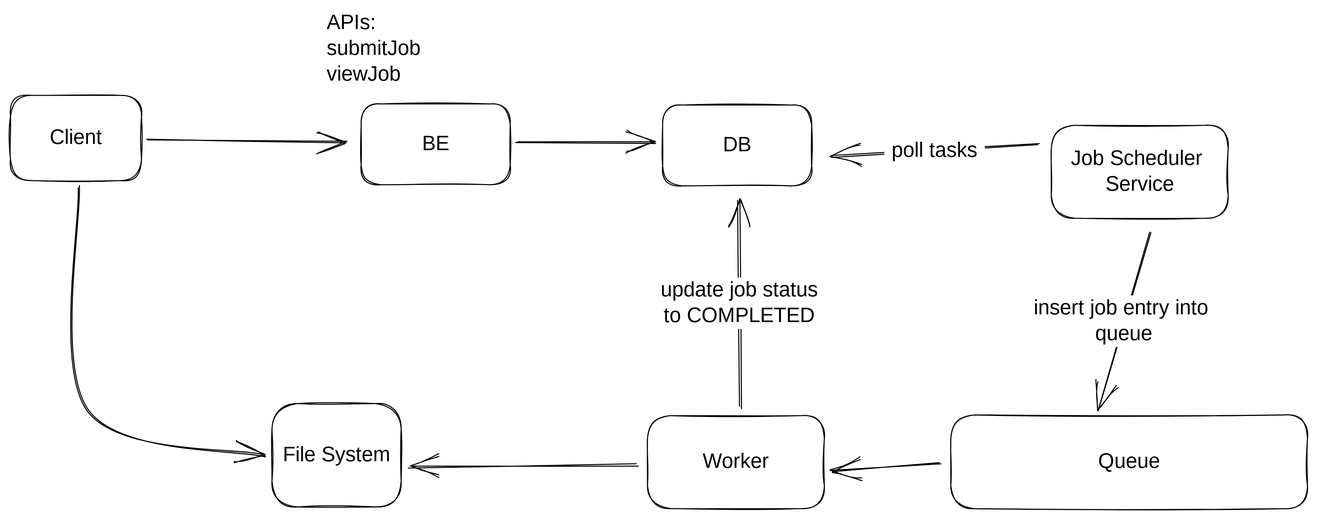
This is .gitbook/assets/file.excalidraw (8).svg from dongzeli95/swe-interview, a Excalidraw export, as it was before one commit. Source tidied: one line per element, renumbered; positions are measured from the earlier drawing's top-left corner, leaving out a move shared by most shapes.
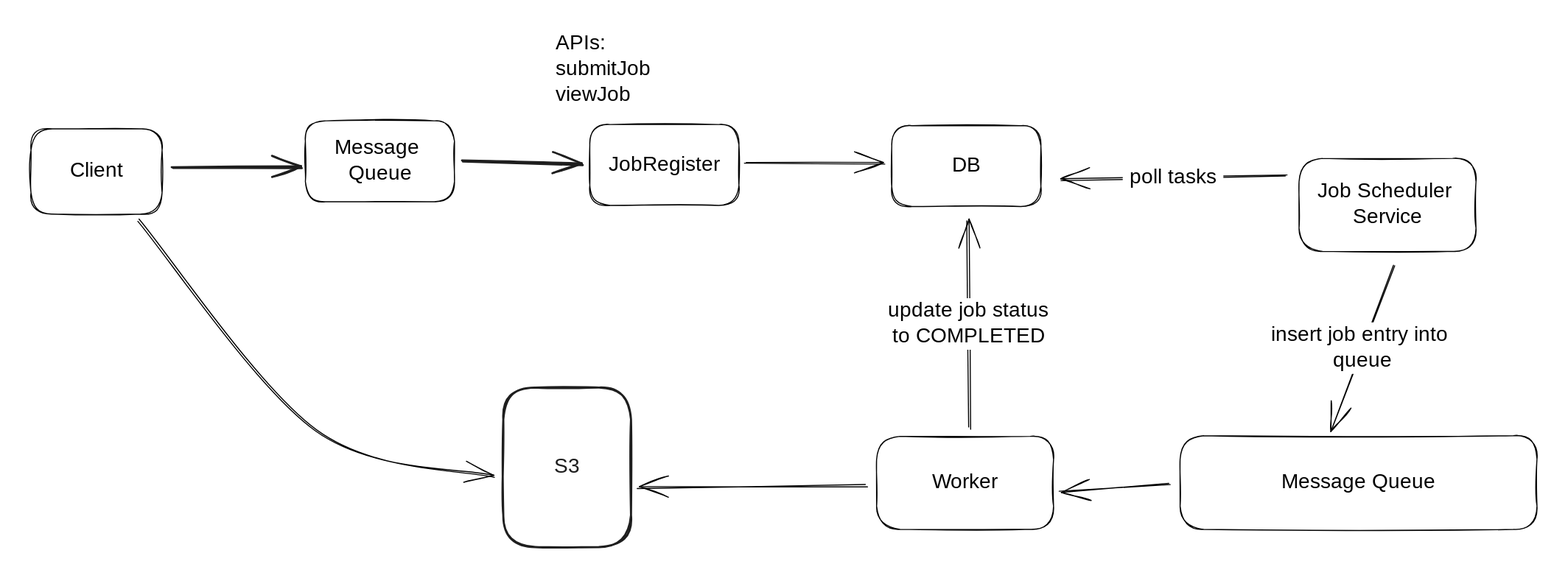
Above is the later version.

What changed in the source:
```diff
@@ -1,26 +1,29 @@
-{"id": 0, "type": "rectangle", "strokeColor": "#000000", "strokeWidth": 1, "roughness": 1, "round": true, "x": 0, "y": 83, "width": 127, "height": 83}
+{"id": 0, "type": "rectangle", "strokeColor": "#000000", "strokeWidth": 1, "roughness": 1, "round": true, "x": -202, "y": 95, "width": 127, "height": 83}
-{"id": 1, "type": "text", "text": "Client", "strokeColor": "#000000", "strokeWidth": 1, "roughness": 1, "fontSize": 20, "fontFamily": 1, "textAlign": "center", "verticalAlign": "middle", "inside": 0, "x": 36, "y": 111, "width": 54, "height": 25}
+{"id": 1, "type": "text", "text": "Client", "strokeColor": "#000000", "strokeWidth": 1, "roughness": 1, "fontSize": 20, "fontFamily": 1, "textAlign": "center", "verticalAlign": "middle", "inside": 0, "x": -165, "y": 124, "width": 54, "height": 25}
-{"id": 2, "type": "arrow", "strokeColor": "#000000", "strokeWidth": 1, "roughness": 1, "endArrowhead": "arrow", "round": true, "from": 0, "to": 3, "x": 133, "y": 125, "width": 194, "height": 2, "points": [[0, 0], [194, 2]]}
 {"id": 3, "type": "rectangle", "strokeColor": "#000000", "strokeWidth": 1, "roughness": 1, "round": true, "x": 340, "y": 91, "width": 145, "height": 78}
-{"id": 4, "type": "text", "text": "BE", "strokeColor": "#000000", "strokeWidth": 1, "roughness": 1, "fontSize": 20, "fontFamily": 1, "textAlign": "center", "verticalAlign": "middle", "inside": 3, "x": 398, "y": 118, "width": 28, "height": 25}
+{"id": 4, "type": "text", "text": "JobRegister", "strokeColor": "#000000", "strokeWidth": 1, "roughness": 1, "fontSize": 20, "fontFamily": 1, "textAlign": "center", "verticalAlign": "middle", "inside": 3, "x": 355, "y": 118, "width": 115, "height": 25}
 {"id": 5, "type": "rectangle", "strokeColor": "#000000", "strokeWidth": 1, "roughness": 1, "round": true, "x": 633, "y": 92, "width": 145, "height": 78}
 {"id": 6, "type": "text", "text": "DB", "strokeColor": "#000000", "strokeWidth": 1, "roughness": 1, "fontSize": 20, "fontFamily": 1, "textAlign": "center", "verticalAlign": "middle", "inside": 5, "x": 690, "y": 119, "width": 30, "height": 25}
-{"id": 7, "type": "arrow", "strokeColor": "#000000", "strokeWidth": 1, "roughness": 1, "endArrowhead": "arrow", "round": true, "from": 3, "to": 5, "x": 491, "y": 128, "width": 136, "height": 1, "points": [[0, 0], [136, 1]]}
+{"id": 7, "type": "arrow", "strokeColor": "#000000", "strokeWidth": 1, "roughness": 1, "endArrowhead": "arrow", "round": true, "from": 3, "to": 5, "x": 490, "y": 127, "width": 136, "height": 1, "points": [[0, 0], [136, 1]]}
-{"id": 8, "type": "rectangle", "strokeColor": "#000000", "strokeWidth": 1, "roughness": 1, "round": true, "x": 1010, "y": 112, "width": 172, "height": 90}
+{"id": 8, "type": "rectangle", "strokeColor": "#000000", "strokeWidth": 1, "roughness": 1, "round": true, "x": 1027, "y": 124, "width": 172, "height": 90}
-{"id": 9, "type": "text", "text": "Job Scheduler \nService", "strokeColor": "#000000", "strokeWidth": 1, "roughness": 1, "fontSize": 20, "fontFamily": 1, "textAlign": "center", "verticalAlign": "middle", "inside": 8, "x": 1023, "y": 132, "width": 144, "height": 50}
+{"id": 9, "type": "text", "text": "Job Scheduler \nService", "strokeColor": "#000000", "strokeWidth": 1, "roughness": 1, "fontSize": 20, "fontFamily": 1, "textAlign": "center", "verticalAlign": "middle", "inside": 8, "x": 1041, "y": 144, "width": 144, "height": 50}
 {"id": 10, "type": "rectangle", "strokeColor": "#000000", "strokeWidth": 1, "roughness": 1, "round": true, "x": 912, "y": 393, "width": 346, "height": 91}
-{"id": 11, "type": "text", "text": "Queue", "strokeColor": "#000000", "strokeWidth": 1, "roughness": 1, "fontSize": 20, "fontFamily": 1, "textAlign": "center", "verticalAlign": "middle", "inside": 10, "x": 1056, "y": 426, "width": 59, "height": 25}
+{"id": 11, "type": "text", "text": "Message Queue", "strokeColor": "#000000", "strokeWidth": 1, "roughness": 1, "fontSize": 20, "fontFamily": 1, "textAlign": "center", "verticalAlign": "middle", "inside": 10, "x": 1010, "y": 426, "width": 151, "height": 25}
-{"id": 12, "type": "arrow", "strokeColor": "#000000", "strokeWidth": 1, "roughness": 1, "endArrowhead": "arrow", "round": true, "from": 8, "to": 5, "x": 997, "y": 130, "width": 202, "height": 12, "points": [[0, 0], [-202, 12]]}
+{"id": 12, "type": "arrow", "strokeColor": "#000000", "strokeWidth": 1, "roughness": 1, "endArrowhead": "arrow", "round": true, "from": 8, "to": 5, "x": 1015, "y": 141, "width": 220, "height": 4, "points": [[0, 0], [-220, 4]]}
 {"id": 13, "type": "text", "text": "poll tasks", "strokeColor": "#000000", "strokeWidth": 1, "roughness": 1, "fontSize": 20, "fontFamily": 1, "textAlign": "center", "verticalAlign": "middle", "inside": 12, "x": 812, "y": 113, "width": 98, "height": 25}
-{"id": 14, "type": "arrow", "strokeColor": "#000000", "strokeWidth": 1, "roughness": 1, "endArrowhead": "arrow", "round": true, "from": 8, "to": 10, "x": 1106, "y": 215, "width": 51, "height": 174, "points": [[0, 0], [-51, 174]]}
+{"id": 14, "type": "arrow", "strokeColor": "#000000", "strokeWidth": 1, "roughness": 1, "endArrowhead": "arrow", "round": true, "from": 8, "to": 10, "x": 1120, "y": 227, "width": 62, "height": 162, "points": [[0, 0], [-62, 162]]}
 {"id": 15, "type": "text", "text": "insert job entry into \nqueue", "strokeColor": "#000000", "strokeWidth": 1, "roughness": 1, "fontSize": 20, "fontFamily": 1, "textAlign": "center", "verticalAlign": "middle", "inside": 14, "x": 941, "y": 267, "width": 209, "height": 50}
 {"id": 16, "type": "rectangle", "strokeColor": "#000000", "strokeWidth": 1, "roughness": 1, "round": true, "x": 618, "y": 393, "width": 172, "height": 90}
 {"id": 17, "type": "text", "text": "Worker", "strokeColor": "#000000", "strokeWidth": 1, "roughness": 1, "fontSize": 20, "fontFamily": 1, "textAlign": "center", "verticalAlign": "middle", "inside": 16, "x": 672, "y": 426, "width": 64, "height": 25}
 {"id": 18, "type": "arrow", "strokeColor": "#000000", "strokeWidth": 1, "roughness": 1, "endArrowhead": "arrow", "round": true, "from": 10, "to": 16, "x": 902, "y": 440, "width": 106, "height": 7, "points": [[0, 0], [-106, 7]]}
 {"id": 19, "type": "arrow", "strokeColor": "#000000", "strokeWidth": 1, "roughness": 1, "endArrowhead": "arrow", "round": true, "from": 16, "to": 5, "x": 708, "y": 385, "width": 1, "height": 201, "points": [[0, 0], [-1, -201]]}
 {"id": 20, "type": "text", "text": "update job status\nto COMPLETED", "strokeColor": "#000000", "strokeWidth": 1, "roughness": 1, "fontSize": 20, "fontFamily": 1, "textAlign": "center", "verticalAlign": "middle", "inside": 19, "x": 614, "y": 259, "width": 185, "height": 50}
-{"id": 21, "type": "rectangle", "strokeColor": "#000000", "strokeWidth": 1, "roughness": 1, "round": true, "x": 254, "y": 382, "width": 125, "height": 100}
-{"id": 22, "type": "text", "text": "File System", "strokeColor": "#000000", "strokeWidth": 1, "roughness": 1, "fontSize": 20, "fontFamily": 1, "textAlign": "center", "verticalAlign": "middle", "inside": 21, "x": 262, "y": 419, "width": 109, "height": 25}
-{"id": 23, "type": "arrow", "strokeColor": "#000000", "strokeWidth": 1, "roughness": 1, "endArrowhead": "arrow", "round": true, "from": 16, "to": 21, "x": 607, "y": 441, "width": 220, "height": 3, "points": [[0, 0], [-220, 3]]}
+{"id": 23, "type": "arrow", "strokeColor": "#000000", "strokeWidth": 1, "roughness": 1, "endArrowhead": "arrow", "round": true, "from": 16, "to": 26, "x": 607, "y": 441, "width": 220, "height": 3, "points": [[0, 0], [-220, 3]]}
-{"id": 24, "type": "arrow", "strokeColor": "#000000", "strokeWidth": 1, "roughness": 1, "endArrowhead": "arrow", "round": true, "from": 0, "to": 21, "x": 66, "y": 171, "width": 181, "height": 262, "points": [[0, 0], [9, 217], [181, 262]]}
+{"id": 24, "type": "arrow", "strokeColor": "#000000", "strokeWidth": 1, "roughness": 1, "endArrowhead": "arrow", "round": true, "from": 0, "to": 26, "x": -98, "y": 183, "width": 344, "height": 249, "points": [[0, 0], [173, 205], [344, 249]]}
 {"id": 25, "type": "text", "text": "APIs:\nsubmitJob\nviewJob", "strokeColor": "#000000", "strokeWidth": 1, "roughness": 1, "fontSize": 20, "fontFamily": 1, "x": 307, "y": 0, "width": 95, "height": 75}
+{"id": 26, "type": "rectangle", "strokeColor": "#1e1e1e", "strokeWidth": 2, "roughness": 1, "round": true, "x": 256, "y": 346, "width": 124, "height": 155}
+{"id": 27, "type": "text", "text": "S3", "strokeColor": "#1e1e1e", "strokeWidth": 2, "roughness": 1, "fontSize": 20, "fontFamily": 1, "textAlign": "center", "verticalAlign": "middle", "inside": 26, "x": 305, "y": 411, "width": 26, "height": 25}
+{"id": 28, "type": "rectangle", "strokeColor": "#000000", "strokeWidth": 1, "roughness": 1, "round": true, "x": 64, "y": 87, "width": 145, "height": 78}
+{"id": 29, "type": "text", "text": "Message \nQueue", "strokeColor": "#000000", "strokeWidth": 1, "roughness": 1, "fontSize": 20, "fontFamily": 1, "textAlign": "center", "verticalAlign": "middle", "inside": 28, "x": 90, "y": 101, "width": 92, "height": 50}
+{"id": 30, "type": "arrow", "strokeColor": "#1e1e1e", "strokeWidth": 2, "roughness": 1, "endArrowhead": "arrow", "round": true, "from": 0, "to": 28, "x": -64, "y": 132, "width": 125, "height": 0, "points": [[0, 0], [125, 0]]}
+{"id": 31, "type": "arrow", "strokeColor": "#1e1e1e", "strokeWidth": 2, "roughness": 1, "endArrowhead": "arrow", "round": true, "from": 28, "to": 3, "x": 216, "y": 127, "width": 117, "height": 3, "points": [[0, 0], [117, 3]]}
```
